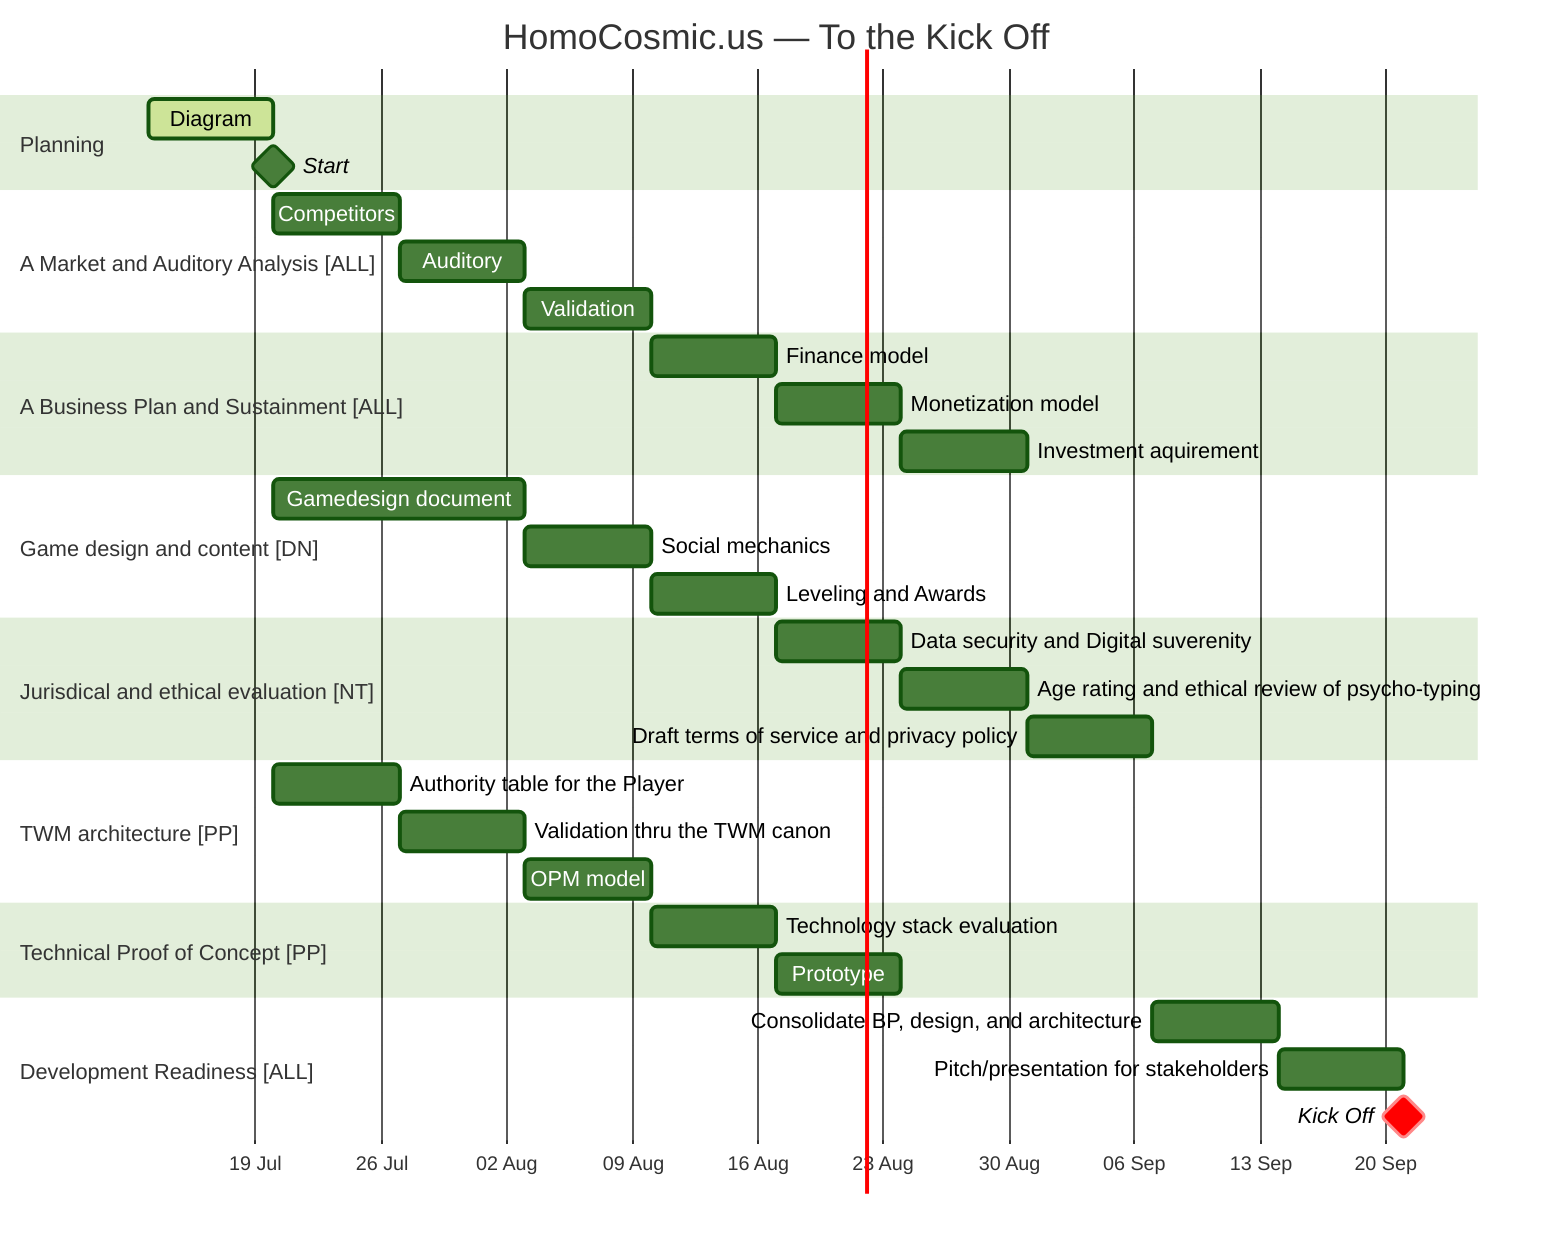
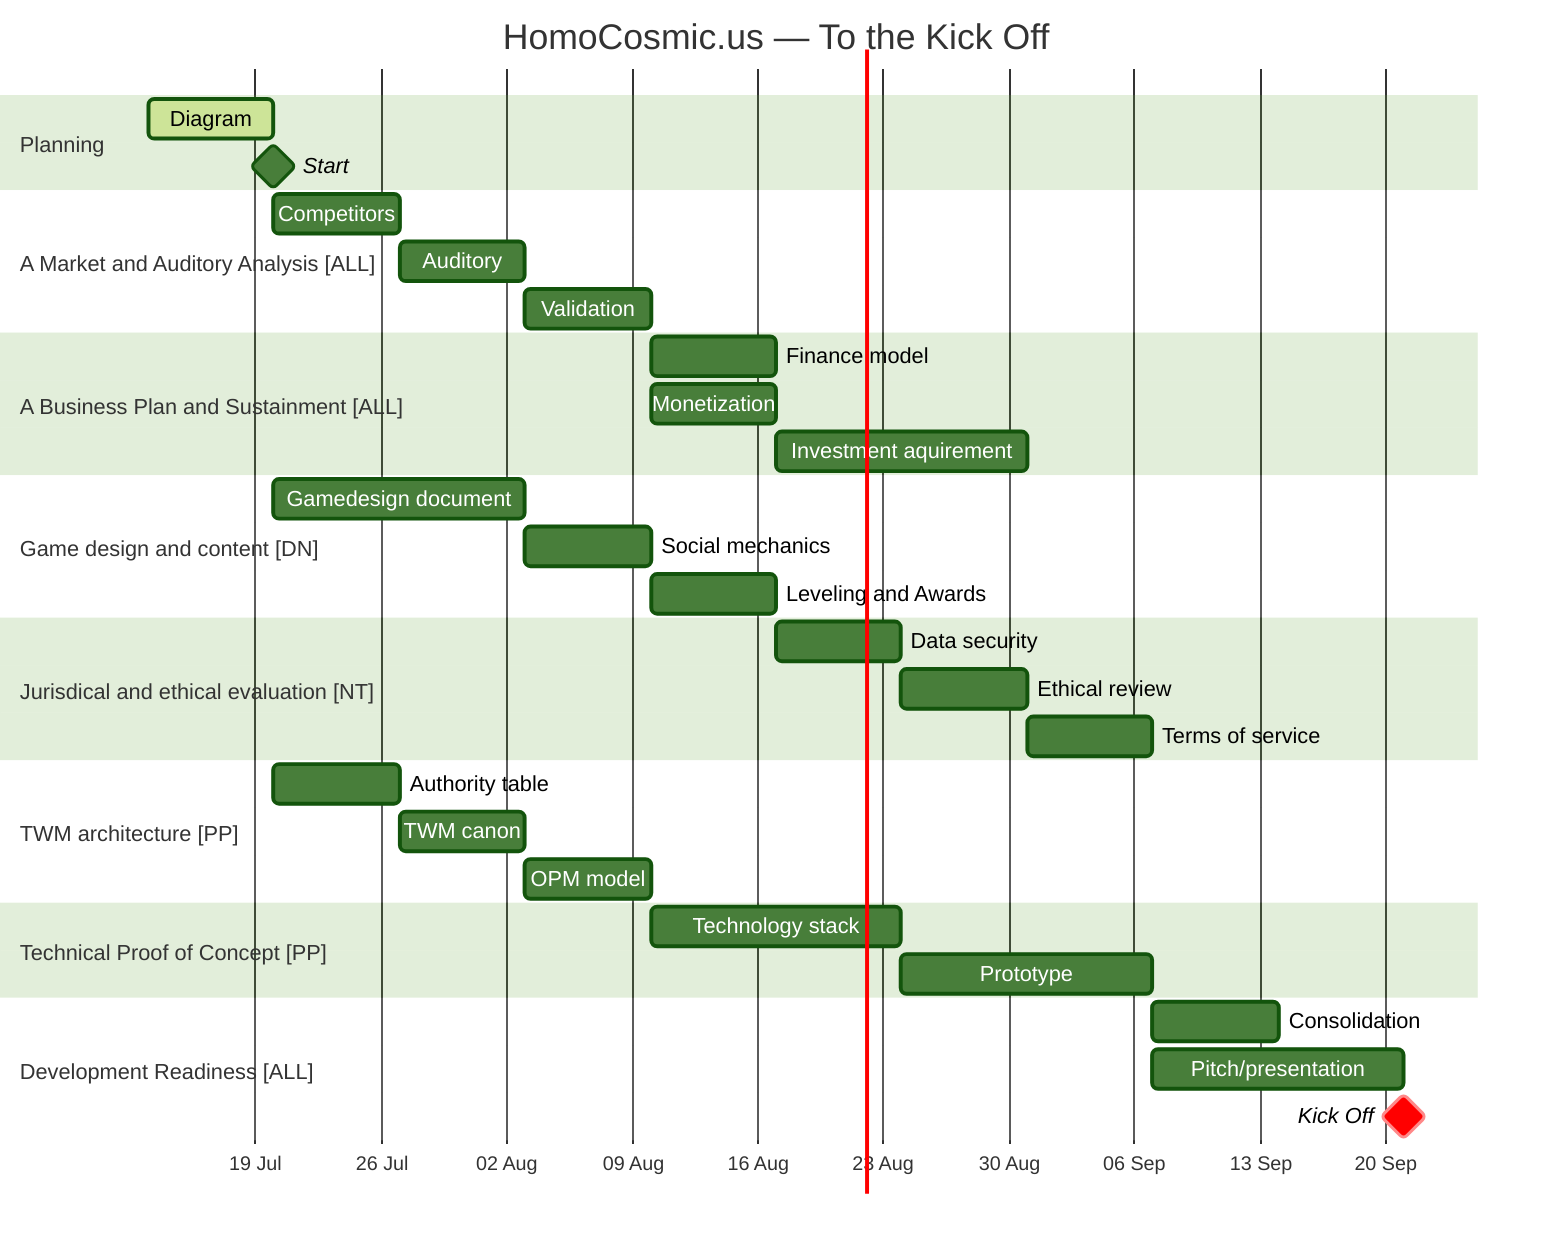
---
config:
  theme: forest
  fontFamily: '''Inter Variable'', sans-serif'
---
gantt
    title HomoCosmic.us — To the Kick Off
    dateFormat  YYYY-MM-DD
    axisFormat  %d %b
    todayMarker on

    section Planning
    Diagram                                                             :active, z1, 2026-07-13, 1w
    Start                                                               :milestone, start, after z1, 0d

    section A Market and Auditory Analysis [ALL]
    Competitors                                                         :a1, after start, 1w
    Auditory                                                            :a2, after a1, 1w
    Validation                                                          :a3, after a2, 1w

    section A Business Plan and Sustainment [ALL]
    Finance model                                                       :b1, after a3, 1w
-     Monetization model                                                  :b2, after b1, 1w
-     Investment aquirement                                               :b3, after b2, 1w
+     Monetization                                                        :b2, after a3, 1w
+     Investment aquirement                                               :b3, after b2, 2w

    section Game design and content [DN]
    Gamedesign document                                                 :g1, after start, 2w
    Social mechanics                                                    :g2, after g1, 1w
    Leveling and Awards                                                 :g3, after g2, 1w

    section Jurisdical and ethical evaluation [NT]
-     Data security and Digital suverenity                                :e1, after g3, 1w
-     Age rating and ethical review of psycho-typing                      :e2, after e1, 1w
-     Draft terms of service and privacy policy                           :e3, after e2, 1w
+     Data security                                                       :e1, after g3, 1w
+     Ethical review                                                      :e2, after e1, 1w
+     Terms of service                                                    :e3, after e2, 1w

    section TWM architecture [PP]
-     Authority table for the Player                                      :t1, after z1, 1w
-     Validation thru the TWM canon                                       :t2, after t1, 1w
+     Authority table                                                     :t1, after z1, 1w
+     TWM canon                                                           :t2, after t1, 1w
    OPM model                                                           :t3, after t2, 1w

    section Technical Proof of Concept [PP]
-     Technology stack evaluation                                         :p1, after t3, 1w
-     Prototype: Gate and first Tree birth flow                           :p2, after p1, 1w
+     Technology stack                                                    :p1, after t3, 2w
+     Prototype                                                           :p2, after p1, 2w

    section Development Readiness [ALL]
-     Consolidate BP, design, and architecture                            :r1, after e3 b3 p2, 1w
-     Pitch/presentation for stakeholders                                 :r2, after r1, 1w
+     Consolidation                                                       :r1, after e3 b3 p2, 1w
+     Pitch/presentation                                                  :r2, after e3, 2w
    Kick Off                                                            :crit, milestone, after r2, 0d
